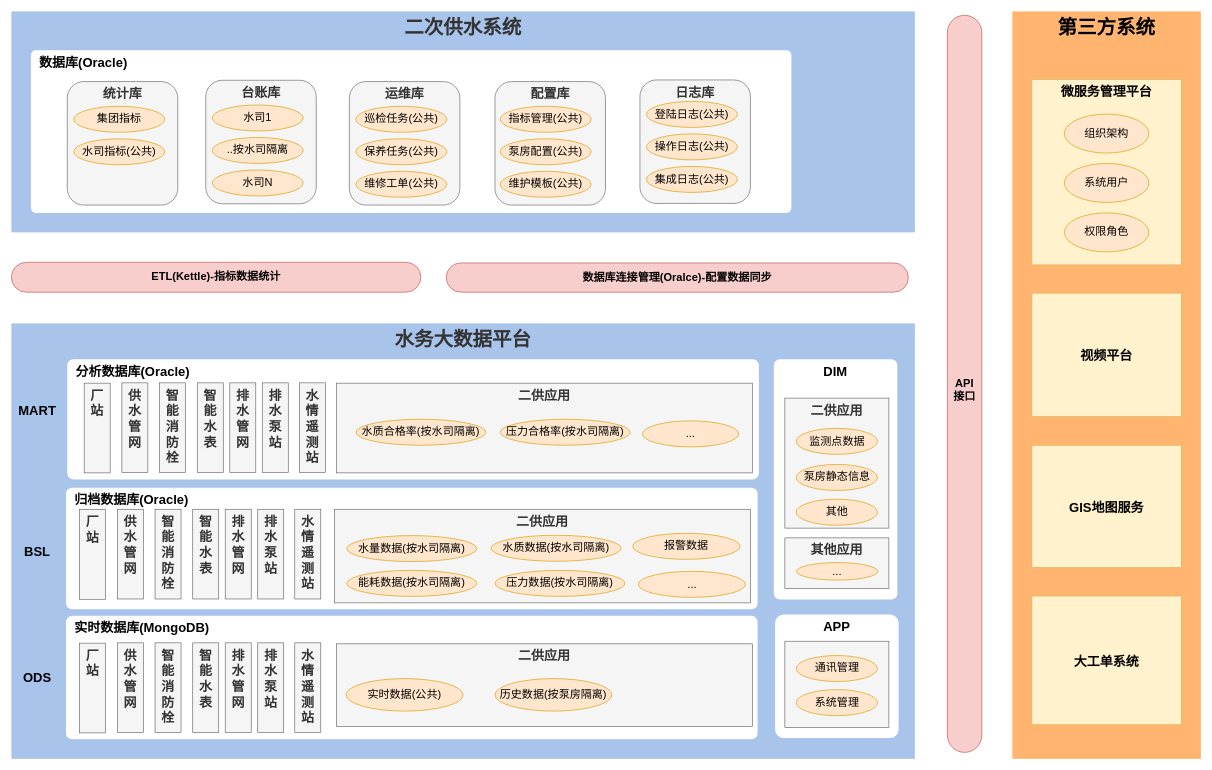
The draw.io diagram page "数据架构图0" (1 of 4) of 二供数据架构.drawio in lpeng589/draw, before the edit. Source tidied: cells renumbered, new cells numbered last; positions are measured from the earlier drawing's top-left corner, leaving out a move shared by most shapes. Both pictures are drawn from the tidied source at 65%, with x=0, y=0 at pixel (11, 11).
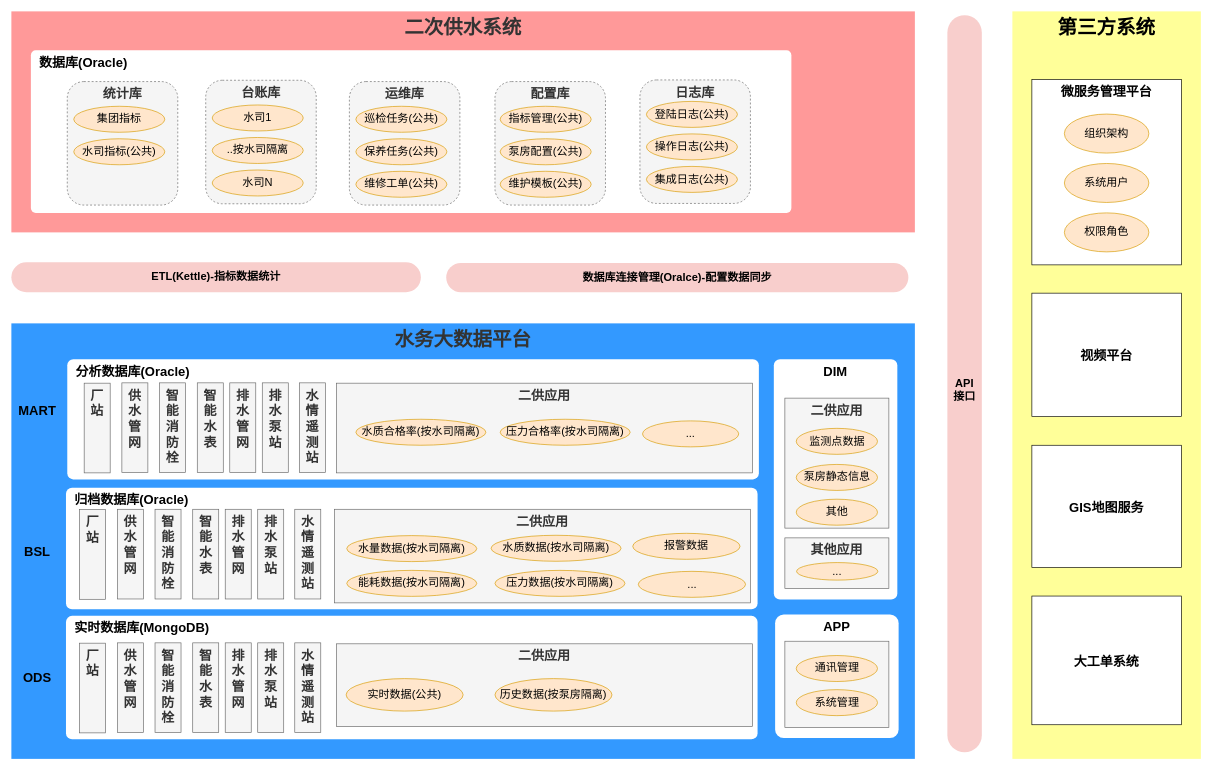
After the change.

Commit message:
更新二供数据架构.drawio

Change to the diagram source:
```diff
@@
-    <mxCell id="2" value="水务大数据平台" style="rounded=0;whiteSpace=wrap;html=1;align=center;verticalAlign=top;fontStyle=1;fontSize=30;fillColor=#A9C4EB;strokeColor=none;fontColor=#333333;" parent="1" vertex="1">
+    <mxCell id="2" value="水务大数据平台" style="rounded=0;whiteSpace=wrap;html=1;align=center;verticalAlign=top;fontStyle=1;fontSize=30;fillColor=#3399FF;strokeColor=none;fontColor=#333333;" parent="1" vertex="1">
       <mxGeometry y="480" width="1390" height="670" as="geometry" />
     </mxCell>
-    <mxCell id="3" value="第三方系统" style="rounded=0;whiteSpace=wrap;html=1;fillColor=#FFB570;fontSize=30;align=center;verticalAlign=top;fontStyle=1;strokeColor=none;" parent="1" vertex="1">
+    <mxCell id="3" value="第三方系统" style="rounded=0;whiteSpace=wrap;html=1;fontSize=30;align=center;verticalAlign=top;fontStyle=1;fillColor=#FFFF99;strokeColor=none;" parent="1" vertex="1">
       <mxGeometry x="1540" width="290" height="1150" as="geometry" />
     </mxCell>
-    <mxCell id="4" value="二次供水系统" style="rounded=0;whiteSpace=wrap;html=1;align=center;verticalAlign=top;fontStyle=1;fontSize=30;fillColor=#A9C4EB;strokeColor=none;fontColor=#333333;" parent="1" vertex="1">
+    <mxCell id="4" value="二次供水系统" style="rounded=0;whiteSpace=wrap;html=1;align=center;verticalAlign=top;fontStyle=1;fontSize=30;fillColor=#FF9999;strokeColor=none;fontColor=#333333;" parent="1" vertex="1">
       <mxGeometry width="1390" height="340" as="geometry" />
     </mxCell>
-    <mxCell id="5" value="微服务管理平台" style="rounded=0;whiteSpace=wrap;html=1;align=center;verticalAlign=top;fontStyle=1;fontSize=20;fillColor=#fff2cc;strokeColor=#d6b656;" parent="1" vertex="1">
+    <mxCell id="5" value="微服务管理平台" style="rounded=0;whiteSpace=wrap;html=1;align=center;verticalAlign=top;fontStyle=1;fontSize=20;" parent="1" vertex="1">
       <mxGeometry x="1570" y="105" width="230" height="285" as="geometry" />
     </mxCell>
-    <mxCell id="6" value="ETL(Kettle)-指标数据统计" style="rounded=1;whiteSpace=wrap;html=1;arcSize=50;fillColor=#f8cecc;strokeColor=#b85450;fontSize=17;fontStyle=1;" parent="1" vertex="1">
+    <mxCell id="6" value="ETL(Kettle)-指标数据统计" style="rounded=1;whiteSpace=wrap;html=1;arcSize=50;fillColor=#f8cecc;strokeColor=none;fontSize=17;fontStyle=1;" parent="1" vertex="1">
       <mxGeometry y="386" width="630" height="46" as="geometry" />
     </mxCell>
-    <mxCell id="7" value="数据库连接管理(Oralce)-配置数据同步" style="rounded=1;whiteSpace=wrap;html=1;arcSize=50;fillColor=#f8cecc;strokeColor=#b85450;fontSize=17;fontStyle=1;" parent="1" vertex="1">
+    <mxCell id="7" value="数据库连接管理(Oralce)-配置数据同步" style="rounded=1;whiteSpace=wrap;html=1;arcSize=50;fillColor=#f8cecc;strokeColor=none;fontSize=17;fontStyle=1;" parent="1" vertex="1">
       <mxGeometry x="669" y="387" width="711" height="45" as="geometry" />
     </mxCell>
@@
-    <mxCell id="12" value="台账库" style="rounded=1;whiteSpace=wrap;html=1;align=center;verticalAlign=top;fontSize=20;fontStyle=1;fillColor=#f5f5f5;strokeColor=#666666;fontColor=#333333;" parent="1" vertex="1">
+    <mxCell id="12" value="台账库" style="rounded=1;whiteSpace=wrap;html=1;align=center;verticalAlign=top;fontSize=20;fontStyle=1;fillColor=#f5f5f5;strokeColor=#666666;fontColor=#333333;dashed=1;" parent="1" vertex="1">
       <mxGeometry x="299" y="106" width="170" height="190" as="geometry" />
     </mxCell>
-    <mxCell id="13" value="运维库" style="rounded=1;whiteSpace=wrap;html=1;align=center;verticalAlign=top;fontSize=20;fontStyle=1;fillColor=#f5f5f5;strokeColor=#666666;fontColor=#333333;" parent="1" vertex="1">
+    <mxCell id="13" value="运维库" style="rounded=1;whiteSpace=wrap;html=1;align=center;verticalAlign=top;fontSize=20;fontStyle=1;fillColor=#f5f5f5;strokeColor=#666666;fontColor=#333333;dashed=1;" parent="1" vertex="1">
       <mxGeometry x="520" y="108" width="170" height="190" as="geometry" />
     </mxCell>
-    <mxCell id="14" value="配置库" style="rounded=1;whiteSpace=wrap;html=1;align=center;verticalAlign=top;fontSize=20;fontStyle=1;fillColor=#f5f5f5;strokeColor=#666666;fontColor=#333333;" parent="1" vertex="1">
+    <mxCell id="14" value="配置库" style="rounded=1;whiteSpace=wrap;html=1;align=center;verticalAlign=top;fontSize=20;fontStyle=1;fillColor=#f5f5f5;strokeColor=#666666;fontColor=#333333;dashed=1;" parent="1" vertex="1">
       <mxGeometry x="744" y="108" width="170" height="190" as="geometry" />
     </mxCell>
-    <mxCell id="15" value="统计库" style="rounded=1;whiteSpace=wrap;html=1;align=center;verticalAlign=top;fontSize=20;fontStyle=1;fillColor=#f5f5f5;strokeColor=#666666;fontColor=#333333;" parent="1" vertex="1">
+    <mxCell id="15" value="统计库" style="rounded=1;whiteSpace=wrap;html=1;align=center;verticalAlign=top;fontSize=20;fontStyle=1;fillColor=#f5f5f5;strokeColor=#666666;fontColor=#333333;dashed=1;" parent="1" vertex="1">
       <mxGeometry x="86" y="108" width="170" height="190" as="geometry" />
     </mxCell>
-    <mxCell id="16" value="日志库" style="rounded=1;whiteSpace=wrap;html=1;align=center;verticalAlign=top;fontSize=20;fontStyle=1;fillColor=#f5f5f5;strokeColor=#666666;fontColor=#333333;" parent="1" vertex="1">
+    <mxCell id="16" value="日志库" style="rounded=1;whiteSpace=wrap;html=1;align=center;verticalAlign=top;fontSize=20;fontStyle=1;fillColor=#f5f5f5;strokeColor=#666666;fontColor=#333333;dashed=1;" parent="1" vertex="1">
       <mxGeometry x="967" y="105.5" width="170" height="190" as="geometry" />
     </mxCell>
@@
-    <mxCell id="31" value="视频平台" style="rounded=0;whiteSpace=wrap;html=1;align=center;verticalAlign=middle;fontStyle=1;fontSize=20;fillColor=#fff2cc;strokeColor=#d6b656;" parent="1" vertex="1">
+    <mxCell id="31" value="视频平台" style="rounded=0;whiteSpace=wrap;html=1;align=center;verticalAlign=middle;fontStyle=1;fontSize=20;" parent="1" vertex="1">
       <mxGeometry x="1570" y="433.5" width="230" height="190" as="geometry" />
     </mxCell>
-    <mxCell id="32" value="GIS地图服务" style="rounded=0;whiteSpace=wrap;html=1;align=center;verticalAlign=middle;fontStyle=1;fontSize=20;strokeColor=#d6b656;fillColor=#fff2cc;" parent="1" vertex="1">
+    <mxCell id="32" value="GIS地图服务" style="rounded=0;whiteSpace=wrap;html=1;align=center;verticalAlign=middle;fontStyle=1;fontSize=20;" parent="1" vertex="1">
       <mxGeometry x="1570" y="667.5" width="230" height="188" as="geometry" />
     </mxCell>
-    <mxCell id="33" value="大工单系统" style="rounded=0;whiteSpace=wrap;html=1;align=center;verticalAlign=middle;fontStyle=1;fontSize=20;strokeColor=#d6b656;fillColor=#fff2cc;" parent="1" vertex="1">
+    <mxCell id="33" value="大工单系统" style="rounded=0;whiteSpace=wrap;html=1;align=center;verticalAlign=middle;fontStyle=1;fontSize=20;" parent="1" vertex="1">
       <mxGeometry x="1570" y="899.5" width="230" height="198" as="geometry" />
     </mxCell>
-    <mxCell id="34" value="&lt;br style=&quot;font-size: 17px;&quot;&gt;API&lt;br style=&quot;font-size: 17px;&quot;&gt;接口" style="rounded=1;whiteSpace=wrap;html=1;fillColor=#f8cecc;fontSize=17;align=center;arcSize=50;strokeColor=#b85450;fontStyle=1;" parent="1" vertex="1">
+    <mxCell id="34" value="&lt;br style=&quot;font-size: 17px;&quot;&gt;API&lt;br style=&quot;font-size: 17px;&quot;&gt;接口" style="rounded=1;whiteSpace=wrap;html=1;fillColor=#f8cecc;fontSize=17;align=center;arcSize=50;strokeColor=none;fontStyle=1;" parent="1" vertex="1">
       <mxGeometry x="1440" y="6" width="53" height="1134" as="geometry" />
     </mxCell>
```
